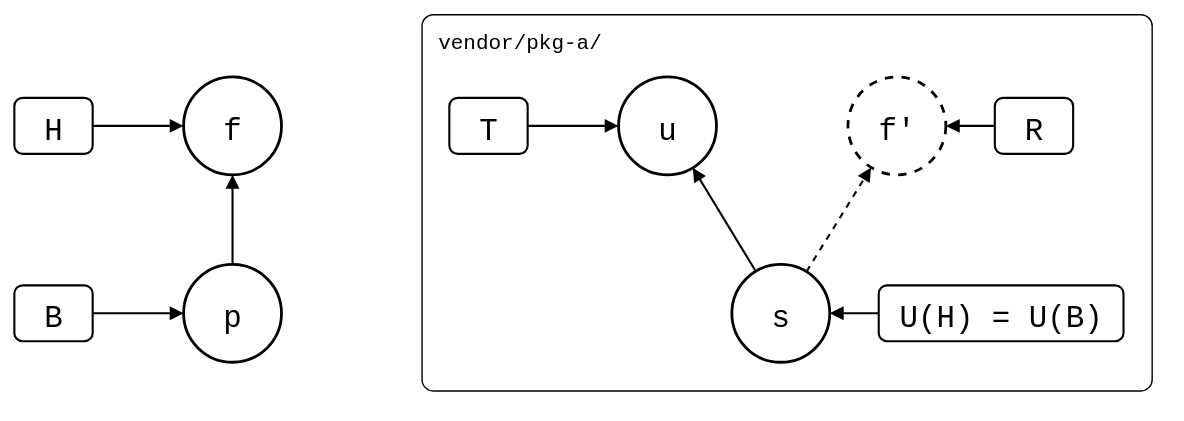
This is test/walkthrough/diverged.drawio.svg from roschaefer/git-splice, a draw.io export, as it was before one commit. Source tidied: cells renumbered, new cells last; positions are measured from the earlier drawing's top-left corner, leaving out a move shared by most shapes.
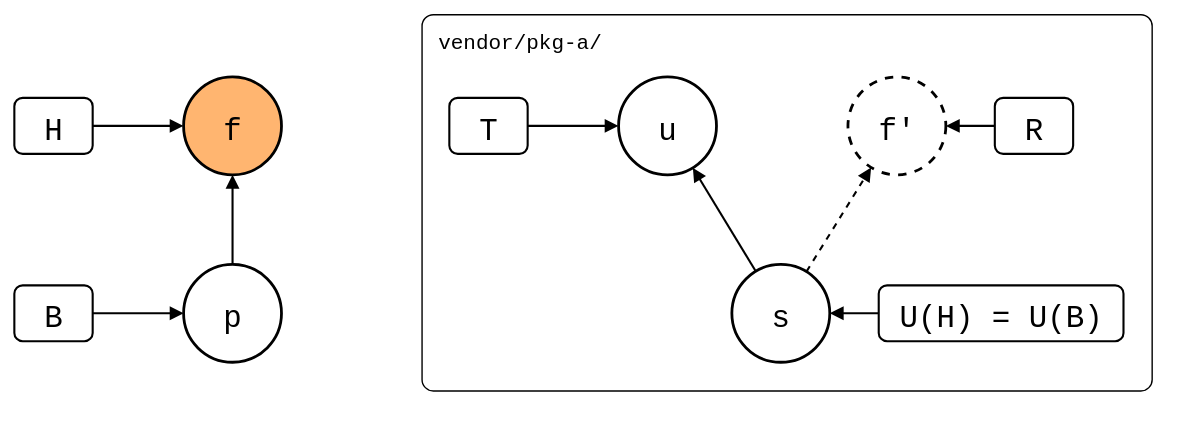
After the commit.

Diff of the diagram source:
```diff
@@ -8,7 +8,7 @@
     <mxCell id="3" value="p" style="ellipse;strokeWidth=2;fontSize=22;fontFamily=Roboto Mono,monospace;" parent="1" vertex="1">
       <mxGeometry x="121" y="179" width="70" height="70" as="geometry" />
     </mxCell>
-    <mxCell id="4" value="f" style="ellipse;strokeWidth=2;fontSize=22;fontFamily=Roboto Mono,monospace;" parent="1" vertex="1">
+    <mxCell id="4" value="f" style="ellipse;strokeWidth=2;fontSize=22;fontFamily=Roboto Mono,monospace;fillColor=#FFB570;" parent="1" vertex="1">
       <mxGeometry x="121" y="45" width="70" height="70" as="geometry" />
     </mxCell>
     <mxCell id="5" value="s" style="ellipse;strokeWidth=2;fontSize=22;fontFamily=Roboto Mono,monospace;" parent="1" vertex="1">
```
